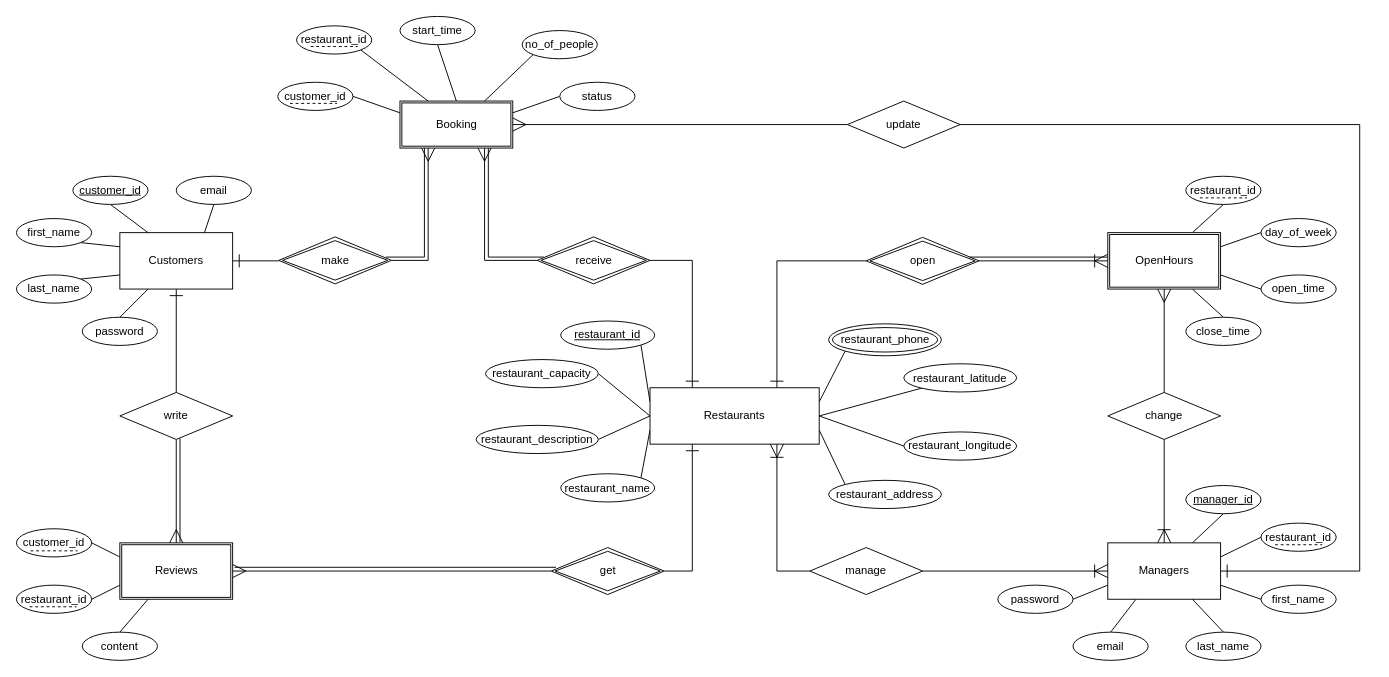
The draw.io diagram docs/ER-Diagram.drawio in kai-uofa/WDC_Restaurant, before the edit. Source tidied: cells renumbered, new cells numbered last; positions are measured from the earlier drawing's top-left corner, leaving out a move shared by most shapes. Both pictures are drawn from the tidied source at 94%, with x=0, y=0 at pixel (16, 16).
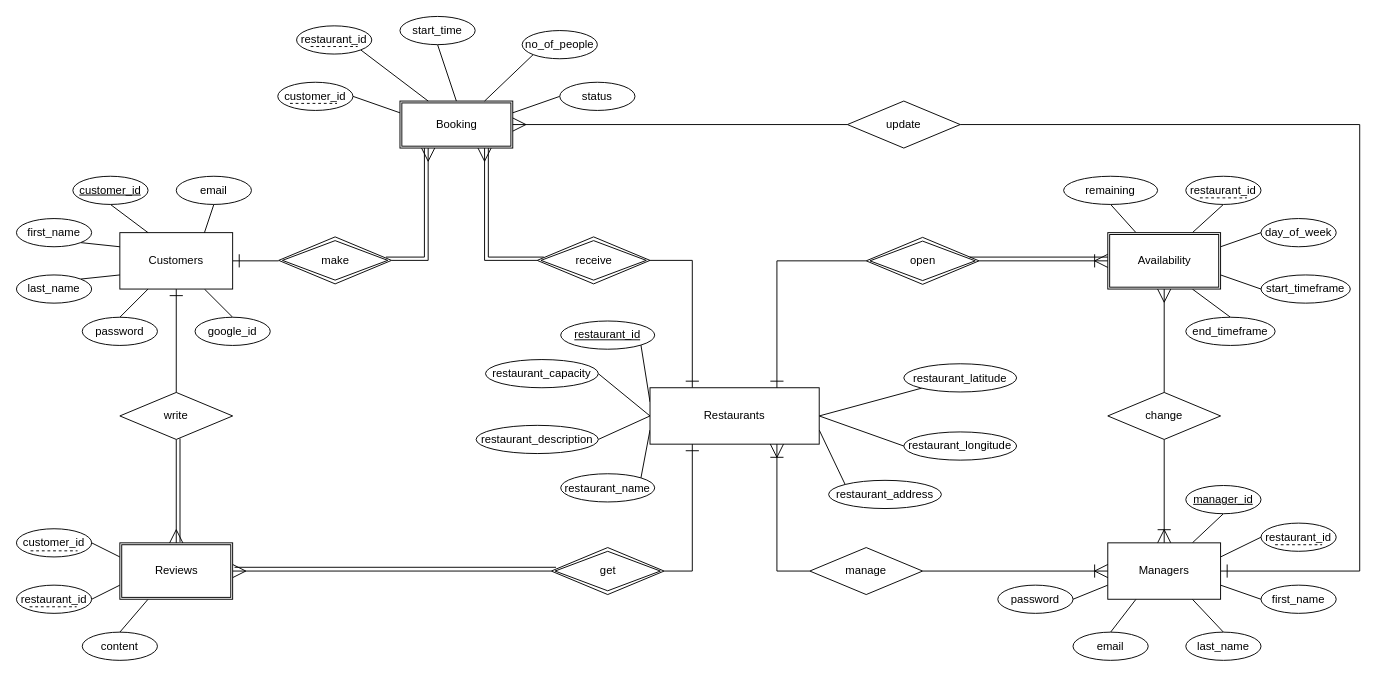
After the change.

The change refers to these unchanged cells:
```xml
<mxCell id="11" value="Restaurants" style="rounded=0;whiteSpace=wrap;html=1;" parent="1" vertex="1">
  <mxGeometry x="674" y="395" width="180" height="60" as="geometry" />
</mxCell>
<mxCell id="14" value="Customers" style="rounded=0;whiteSpace=wrap;html=1;" parent="1" vertex="1">
  <mxGeometry x="110" y="230" width="120" height="60" as="geometry" />
</mxCell>
```

The edit, as a diff of the source:
```diff
@@
-<mxGraphModel>
+<mxGraphModel background="#ffffff">
@@
-    <mxCell id="4" style="edgeStyle=none;rounded=0;jettySize=auto;html=1;exitX=1;exitY=0.25;exitDx=0;exitDy=0;entryX=0;entryY=1;entryDx=0;entryDy=0;startArrow=none;startFill=0;endArrow=none;endFill=0;" parent="1" edge="1" source="11" target="82">
-      <mxGeometry relative="1" as="geometry" />
-    </mxCell>
@@
+    <mxCell id="107" style="edgeStyle=none;rounded=0;html=1;exitX=0.75;exitY=1;entryX=0.5;entryY=0;endArrow=none;endFill=0;jettySize=auto;" parent="1" edge="1" source="14" target="110">
+      <mxGeometry relative="1" as="geometry" />
+    </mxCell>
@@
+    <mxCell id="108" style="edgeStyle=none;rounded=0;html=1;exitX=0.25;exitY=0;entryX=0.5;entryY=1;endArrow=none;endFill=0;jettySize=auto;" parent="1" edge="1" source="42" target="109">
+      <mxGeometry relative="1" as="geometry" />
+    </mxCell>
-    <mxCell id="42" value="OpenHours" style="html=1;dashed=0;whitespace=wrap;double=1;shape=ext;" parent="1" vertex="1">
+    <mxCell id="42" value="Availability" style="html=1;dashed=0;whitespace=wrap;double=1;shape=ext;" parent="1" vertex="1">
       <mxGeometry x="1161" y="230" width="120" height="60" as="geometry" />
     </mxCell>
@@
-    <mxCell id="51" value="open_time" style="ellipse;whiteSpace=wrap;html=1;" parent="1" vertex="1">
-      <mxGeometry x="1324" y="275" width="80" height="30" as="geometry" />
+    <mxCell id="51" value="start_timeframe" style="ellipse;whiteSpace=wrap;html=1;" parent="1" vertex="1">
+      <mxGeometry x="1324" y="275" width="95" height="30" as="geometry" />
     </mxCell>
-    <mxCell id="52" value="close_time" style="ellipse;whiteSpace=wrap;html=1;" parent="1" vertex="1">
-      <mxGeometry x="1244" y="320" width="80" height="30" as="geometry" />
+    <mxCell id="52" value="end_timeframe" style="ellipse;whiteSpace=wrap;html=1;" parent="1" vertex="1">
+      <mxGeometry x="1244" y="320" width="95" height="30" as="geometry" />
     </mxCell>
@@
-    <mxCell id="82" value="restaurant_phone" style="shape=doubleEllipse;html=1;dashed=0;whitespace=wrap;perimeter=ellipsePerimeter;" parent="1" vertex="1">
-      <mxGeometry x="864" y="327" width="120" height="34" as="geometry" />
-    </mxCell>
@@
+    <mxCell id="109" value="remaining" style="ellipse;whiteSpace=wrap;html=1;" parent="1" vertex="1">
+      <mxGeometry x="1114" y="170" width="100" height="30" as="geometry" />
+    </mxCell>
+    <mxCell id="110" value="google_id" style="ellipse;whiteSpace=wrap;html=1;" parent="1" vertex="1">
+      <mxGeometry x="190" y="320" width="80" height="30" as="geometry" />
+    </mxCell>
```
